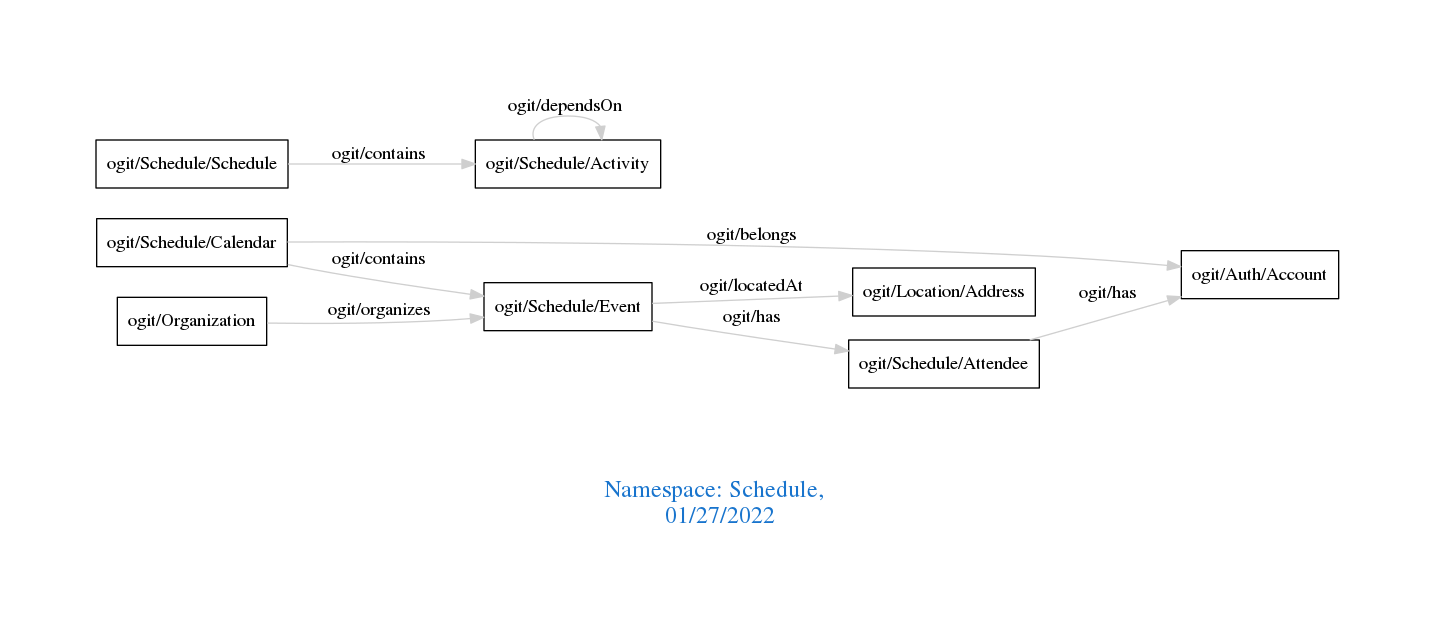
The Graphviz diagram downloads/Schedule.png in arago/OGIT, before a commit. Its source is kept beside it as downloads/Schedule.dot.
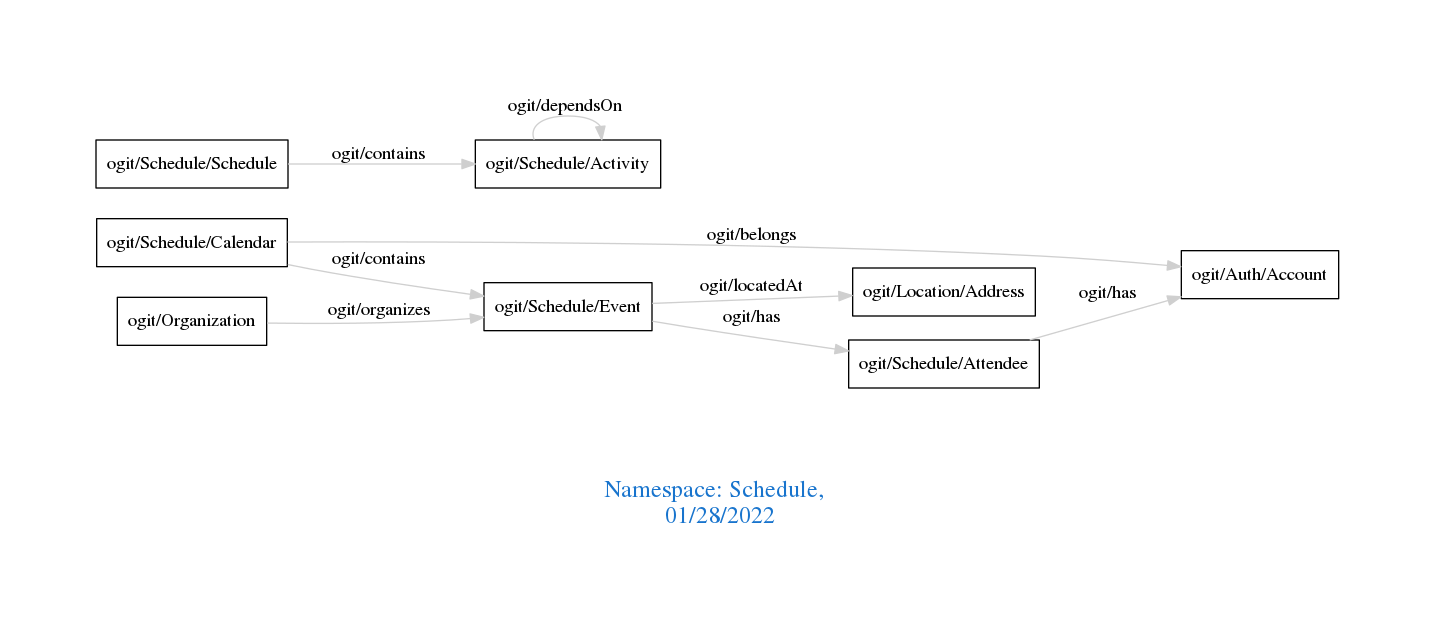
The same diagram one commit later.

Diff of the diagram source:
```diff
@@ -1,7 +1,7 @@
 digraph OGIT_ontology {
  graph [ rankdir= LR,pad=1
 fontsize = 18,
-fontcolor= dodgerblue3,label = "\n\n\nNamespace: Schedule, \n 01/27/2022"];
+fontcolor= dodgerblue3,label = "\n\n\nNamespace: Schedule, \n 01/28/2022"];
 node[shape=polygon];
 edge [  color="gray81"];
 
```
